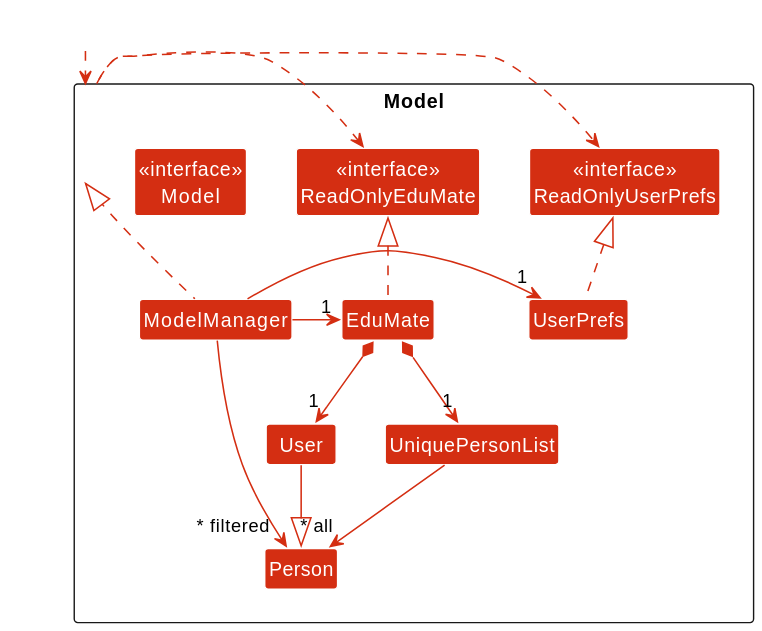
nus-cs2103-AY2223S2/tp keeps this PlantUML diagram as docs/images/ModelClassDiagram.svg. Above is the earlier version.
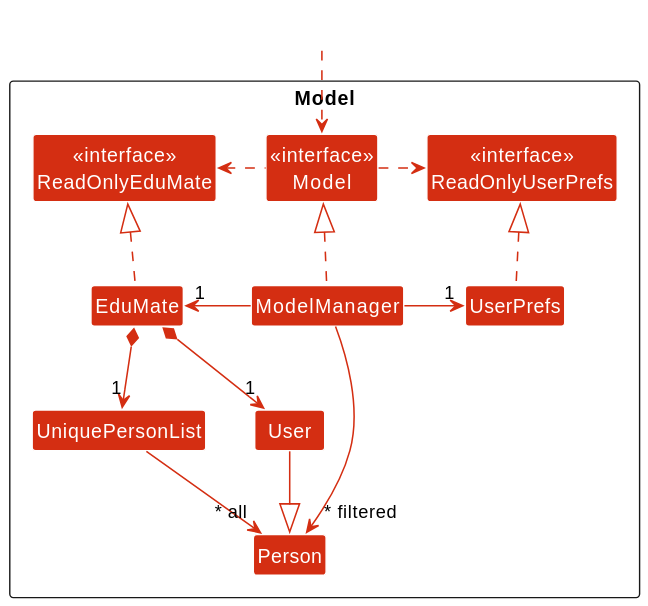
After the commit.

What changed in the source:
```diff
@@ -7,7 +7,7 @@
 Package Model <<Rectangle>> {
 Class "<<interface>>\nReadOnlyEduMate" as ReadOnlyEduMate
 Class "<<interface>>\nReadOnlyUserPrefs" as ReadOnlyUserPrefs
-Class "<<interface>>\nModel" as Model
+Class "<<interface>>\nModel" as Model1
 Class EduMate
 Class ModelManager
 Class UserPrefs
@@ -18,13 +18,13 @@
 }
 
 Class HiddenOutside #FFFFFF
-HiddenOutside ..> Model
+HiddenOutside ..> Model1
 
 EduMate .up.|> ReadOnlyEduMate
 
-ModelManager .up.|> Model
-Model .right.> ReadOnlyUserPrefs
-Model .left.> ReadOnlyEduMate
+ModelManager .up.|> Model1
+Model1 .right.> ReadOnlyUserPrefs
+Model1 .left.> ReadOnlyEduMate
 ModelManager -left-> "1" EduMate
 ModelManager -right-> "1" UserPrefs
 UserPrefs .up.|> ReadOnlyUserPrefs
```
